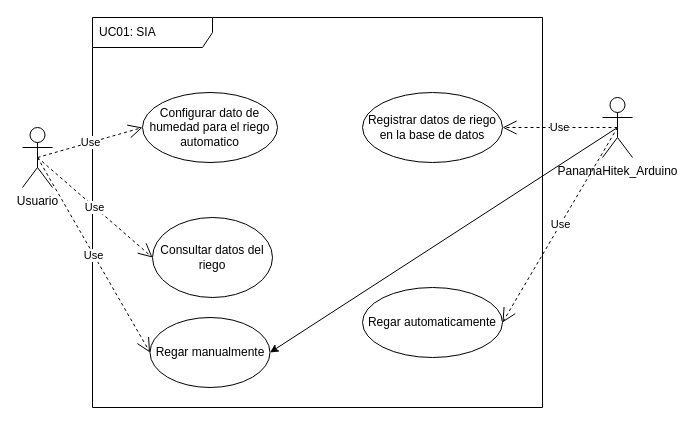
Above: UseCaseSIA.drawio in Vladimirjon/SIA (draw.io), before the change. Source tidied: cells renumbered, new cells numbered last; positions are measured from the earlier drawing's top-left corner, leaving out a move shared by most shapes. Both pictures are drawn from the tidied source at 100%, with x=0, y=0 at pixel (22, 17).
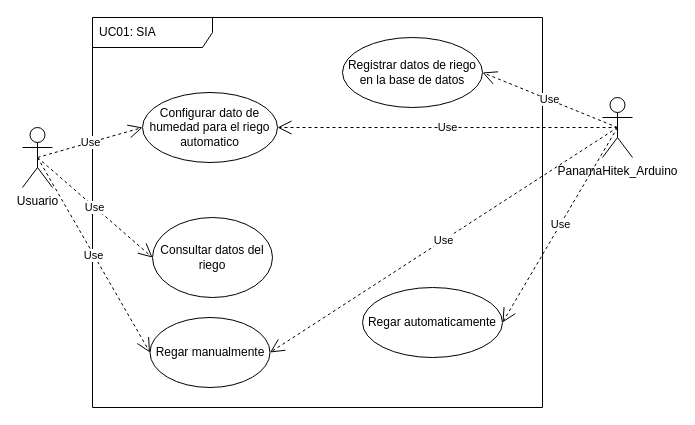
The same diagram, later.

Diff of the diagram source:
```diff
@@
 <mxGraphModel>
   <root>
     <mxCell id="0" />
     <mxCell id="1" parent="0" />
     <mxCell id="2" value="UC01: SIA" style="shape=umlFrame;whiteSpace=wrap;html=1;width=120;height=30;boundedLbl=1;verticalAlign=middle;align=left;spacingLeft=5;" parent="1" vertex="1">
       <mxGeometry x="70" width="450" height="390" as="geometry" />
     </mxCell>
     <mxCell id="3" value="Configurar dato de humedad para el riego automatico" style="ellipse;whiteSpace=wrap;html=1;" parent="1" vertex="1">
       <mxGeometry x="120" y="75" width="135" height="70" as="geometry" />
     </mxCell>
     <mxCell id="4" value="Registrar datos de riego en la base de datos" style="ellipse;whiteSpace=wrap;html=1;" parent="1" vertex="1">
-      <mxGeometry x="340" y="75" width="140" height="70" as="geometry" />
+      <mxGeometry x="320" y="20" width="140" height="70" as="geometry" />
     </mxCell>
     <mxCell id="5" value="Usuario" style="shape=umlActor;verticalLabelPosition=bottom;verticalAlign=top;html=1;" parent="1" vertex="1">
       <mxGeometry y="110" width="30" height="60" as="geometry" />
     </mxCell>
-    <mxCell id="6" style="edgeStyle=none;html=1;exitX=0.5;exitY=0.5;exitDx=0;exitDy=0;exitPerimeter=0;entryX=1;entryY=0.5;entryDx=0;entryDy=0;" parent="1" edge="1" source="7" target="9">
-      <mxGeometry relative="1" as="geometry" />
-    </mxCell>
     <mxCell id="7" value="PanamaHitek_Arduino" style="shape=umlActor;verticalLabelPosition=bottom;verticalAlign=top;html=1;" parent="1" vertex="1">
       <mxGeometry x="580" y="80" width="30" height="60" as="geometry" />
     </mxCell>
     <mxCell id="8" value="Consultar datos del riego" style="ellipse;whiteSpace=wrap;html=1;" parent="1" vertex="1">
       <mxGeometry x="130" y="200" width="120" height="80" as="geometry" />
     </mxCell>
     <mxCell id="9" value="Regar manualmente" style="ellipse;whiteSpace=wrap;html=1;" parent="1" vertex="1">
       <mxGeometry x="127.5" y="300" width="120" height="70" as="geometry" />
     </mxCell>
     <mxCell id="10" value="Regar automaticamente" style="ellipse;whiteSpace=wrap;html=1;" parent="1" vertex="1">
       <mxGeometry x="340" y="270" width="140" height="70" as="geometry" />
     </mxCell>
     <mxCell id="11" value="Use" style="endArrow=open;endSize=12;dashed=1;html=1;exitX=0.5;exitY=0.5;exitDx=0;exitDy=0;exitPerimeter=0;entryX=0;entryY=0.5;entryDx=0;entryDy=0;" parent="1" edge="1" source="5" target="3">
       <mxGeometry relative="1" as="geometry" />
     </mxCell>
     <mxCell id="12" value="Use" style="endArrow=open;endSize=12;dashed=1;html=1;exitX=0.5;exitY=0.5;exitDx=0;exitDy=0;exitPerimeter=0;entryX=0;entryY=0.5;entryDx=0;entryDy=0;" parent="1" edge="1" source="5" target="8">
       <mxGeometry relative="1" as="geometry" />
     </mxCell>
     <mxCell id="13" value="Use" style="endArrow=open;endSize=12;dashed=1;html=1;exitX=0.5;exitY=0.5;exitDx=0;exitDy=0;exitPerimeter=0;entryX=0;entryY=0.5;entryDx=0;entryDy=0;" parent="1" edge="1" source="5" target="9">
       <mxGeometry relative="1" as="geometry" />
     </mxCell>
     <mxCell id="14" value="Use" style="endArrow=open;endSize=12;dashed=1;html=1;entryX=1;entryY=0.5;entryDx=0;entryDy=0;exitX=0.5;exitY=0.5;exitDx=0;exitDy=0;exitPerimeter=0;" parent="1" edge="1" source="7" target="4">
       <mxGeometry relative="1" as="geometry" />
     </mxCell>
     <mxCell id="15" value="Use" style="endArrow=open;endSize=12;dashed=1;html=1;exitX=0.5;exitY=0.5;exitDx=0;exitDy=0;exitPerimeter=0;entryX=1;entryY=0.5;entryDx=0;entryDy=0;" parent="1" edge="1" source="7" target="10">
       <mxGeometry relative="1" as="geometry" />
     </mxCell>
+    <mxCell id="16" value="Use" style="endArrow=open;endSize=12;dashed=1;html=1;exitX=0.5;exitY=0.5;exitDx=0;exitDy=0;exitPerimeter=0;entryX=1;entryY=0.5;entryDx=0;entryDy=0;" parent="1" edge="1" source="7" target="3">
+      <mxGeometry relative="1" as="geometry" />
+    </mxCell>
+    <mxCell id="6" value="Use" style="endArrow=open;endSize=12;dashed=1;html=1;exitX=0.5;exitY=0.5;exitDx=0;exitDy=0;exitPerimeter=0;entryX=1;entryY=0.5;entryDx=0;entryDy=0;" parent="1" edge="1" source="7" target="9">
+      <mxGeometry relative="1" as="geometry" />
+    </mxCell>
   </root>
 </mxGraphModel>
```
